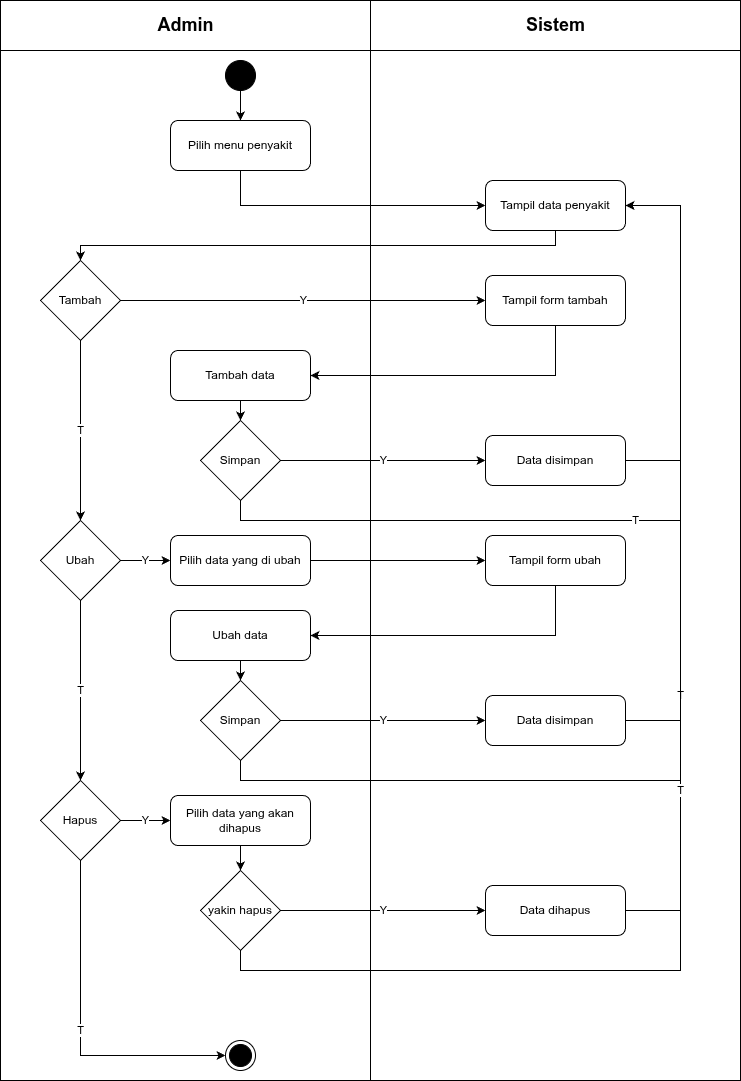
This is diagram/activity/admin/crud-penyakit.png from RajaSunrise/kangkungku, a draw.io export, as it was before one commit. Source tidied: cells renumbered, new cells last; positions are measured from the earlier drawing's top-left corner, leaving out a move shared by most shapes.
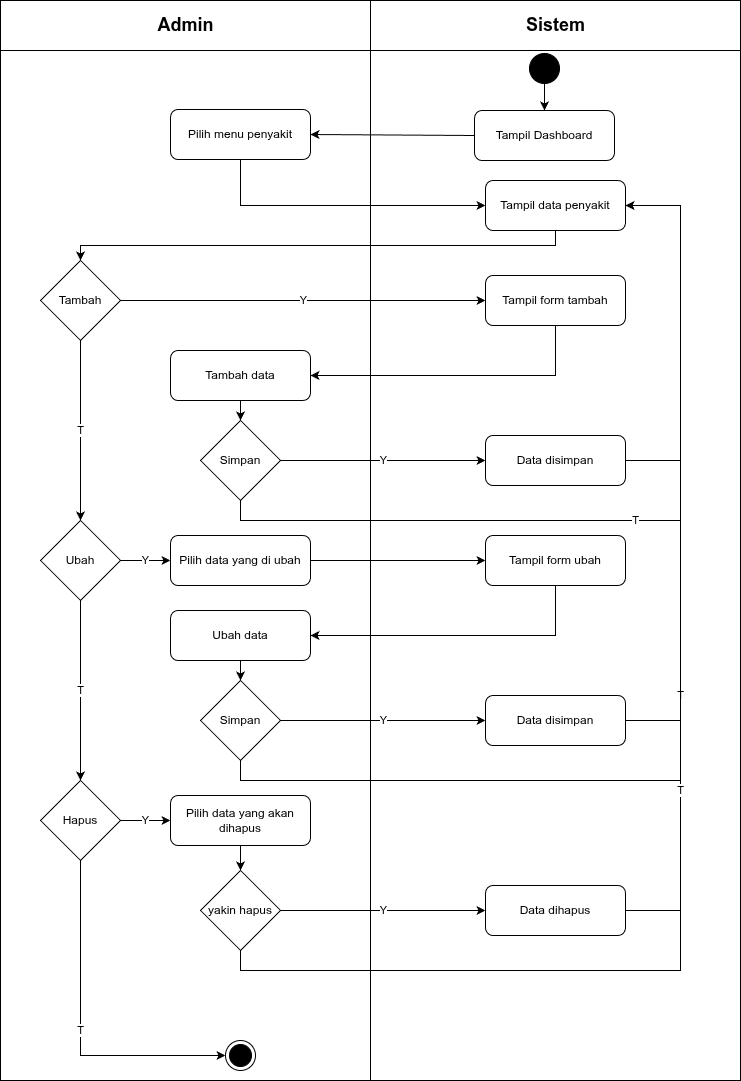
The same file after the commit.

The edit, as a diff of the source:
```diff
@@ -12,13 +12,13 @@
       <mxGeometry x="505" y="10" width="100" height="30" as="geometry" />
     </mxCell>
     <mxCell id="5" style="ellipse;whiteSpace=wrap;html=1;fillColor=#000000;strokeColor=#000000;" parent="1" vertex="1">
-      <mxGeometry x="225" y="60" width="30" height="30" as="geometry" />
+      <mxGeometry x="529" y="53" width="30" height="30" as="geometry" />
     </mxCell>
-    <mxCell id="6" style="endArrow=classic;html=1;exitX=0.5;exitY=1;exitDx=0;exitDy=0;entryX=0.5;entryY=0;entryDx=0;entryDy=0;edgeStyle=orthogonalEdgeStyle;rounded=0;" parent="1" edge="1" source="5" target="7">
+    <mxCell id="6" style="endArrow=classic;html=1;exitX=0.5;exitY=1;exitDx=0;exitDy=0;entryX=0.5;entryY=0;entryDx=0;entryDy=0;edgeStyle=orthogonalEdgeStyle;rounded=0;" parent="1" edge="1" source="5" target="49">
       <mxGeometry relative="1" as="geometry" />
     </mxCell>
     <mxCell id="7" value="Pilih menu penyakit" style="rounded=1;whiteSpace=wrap;html=1;" parent="1" vertex="1">
-      <mxGeometry x="170" y="120" width="140" height="50" as="geometry" />
+      <mxGeometry x="170" y="109" width="140" height="50" as="geometry" />
     </mxCell>
     <mxCell id="8" value="Tampil data penyakit" style="rounded=1;whiteSpace=wrap;html=1;" parent="1" vertex="1">
       <mxGeometry x="485" y="180" width="140" height="50" as="geometry" />
@@ -204,5 +204,11 @@
         </Array>
       </mxGeometry>
     </mxCell>
+    <mxCell id="48" style="edgeStyle=none;html=1;exitX=0;exitY=0.5;exitDx=0;exitDy=0;entryX=1;entryY=0.5;entryDx=0;entryDy=0;" parent="1" edge="1" source="49" target="7">
+      <mxGeometry relative="1" as="geometry" />
+    </mxCell>
+    <mxCell id="49" value="Tampil Dashboard" style="rounded=1;whiteSpace=wrap;html=1;" parent="1" vertex="1">
+      <mxGeometry x="474" y="110" width="140" height="50" as="geometry" />
+    </mxCell>
   </root>
 </mxGraphModel>
```
